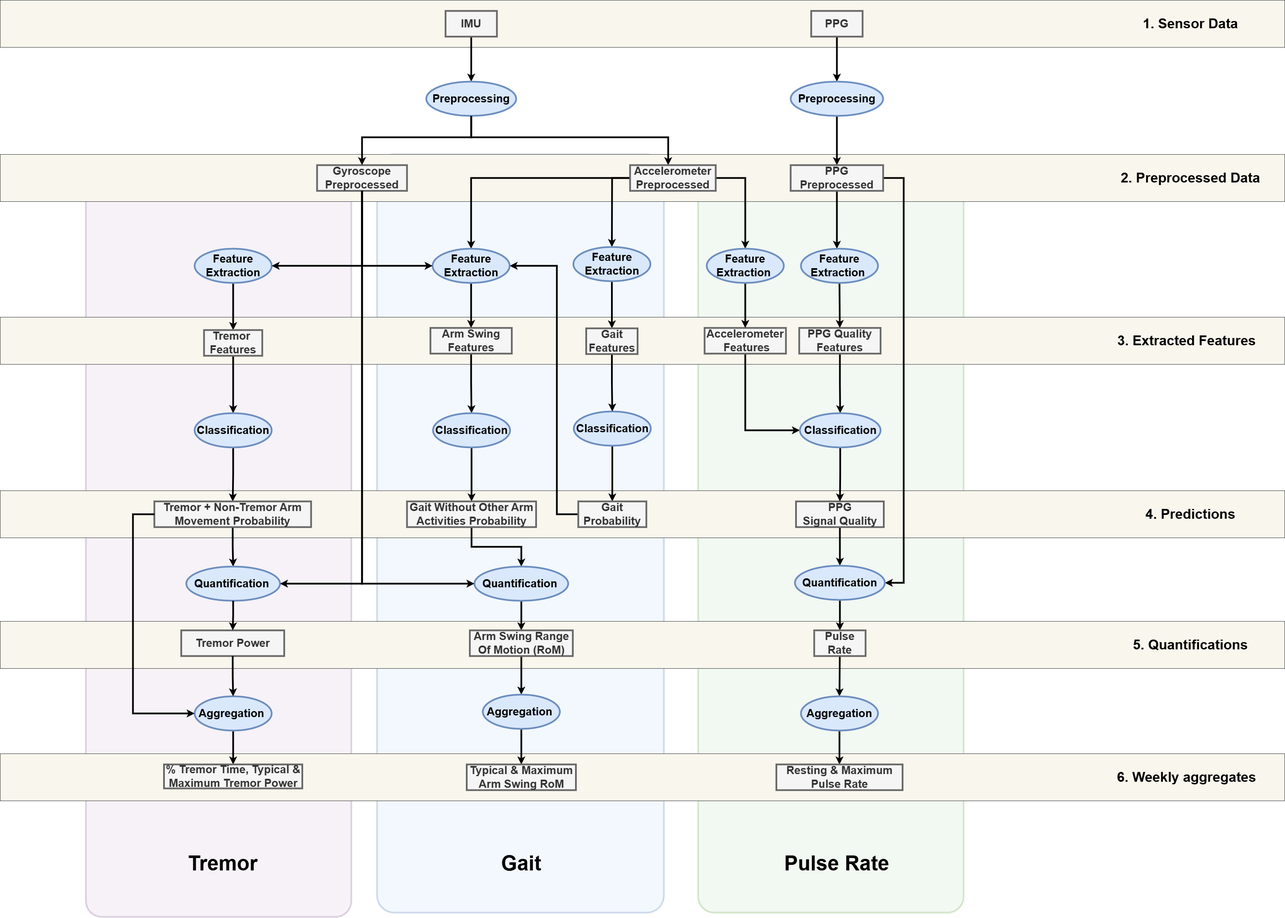
Above: docs/source/_static/img/pipeline-architecture.png in biomarkersParkinson/paradigma (draw.io), before the change. Source tidied: cells renumbered, new cells last; positions are measured from the earlier drawing's top-left corner, leaving out a move shared by most shapes.
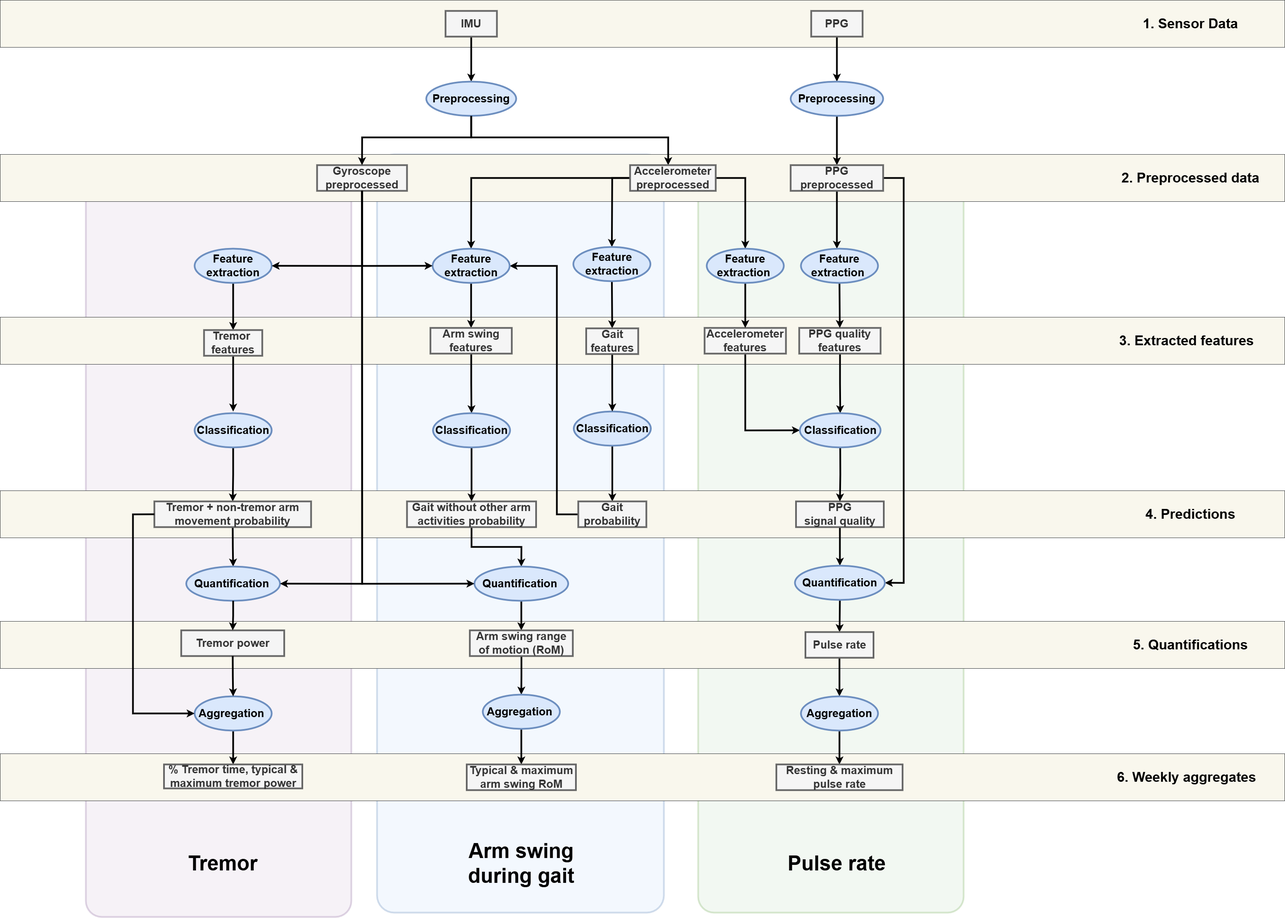
The same diagram one commit later.

Commit message:
Remove capitalization and rename gait to arm swing during gait

Change to the diagram source:
```diff
@@ -73,3 +73,3 @@
     </mxCell>
-    <mxCell id="22" value="Accelerometer&lt;br&gt;Preprocessed" style="rounded=0;whiteSpace=wrap;html=1;fontSize=26;fillColor=#f5f5f5;strokeColor=#666666;fontColor=#333333;fontStyle=1;strokeWidth=4;" parent="1" vertex="1">
+    <mxCell id="22" value="Accelerometer&lt;br&gt;preprocessed" style="rounded=0;whiteSpace=wrap;html=1;fontSize=26;fillColor=#f5f5f5;strokeColor=#666666;fontColor=#333333;fontStyle=1;strokeWidth=4;" parent="1" vertex="1">
       <mxGeometry x="1471" y="385" width="200" height="60" as="geometry" />
@@ -91,3 +91,3 @@
     </mxCell>
-    <mxCell id="25" value="PPG&lt;br&gt;Preprocessed" style="rounded=0;whiteSpace=wrap;html=1;fontSize=26;fillColor=#f5f5f5;fontColor=#333333;strokeColor=#666666;fontStyle=1;strokeWidth=4;" parent="1" vertex="1">
+    <mxCell id="25" value="PPG&lt;br&gt;preprocessed" style="rounded=0;whiteSpace=wrap;html=1;fontSize=26;fillColor=#f5f5f5;fontColor=#333333;strokeColor=#666666;fontStyle=1;strokeWidth=4;" parent="1" vertex="1">
       <mxGeometry x="1846" y="385" width="216" height="60" as="geometry" />
@@ -101,3 +101,3 @@
     </mxCell>
-    <mxCell id="27" value="PPG&lt;br&gt;Signal Quality" style="rounded=0;whiteSpace=wrap;html=1;fontSize=26;fillColor=#f5f5f5;strokeColor=#666666;fontStyle=1;strokeWidth=4;fontColor=#333333;" parent="1" vertex="1">
+    <mxCell id="27" value="PPG&lt;br&gt;signal quality" style="rounded=0;whiteSpace=wrap;html=1;fontSize=26;fillColor=#f5f5f5;strokeColor=#666666;fontStyle=1;strokeWidth=4;fontColor=#333333;" parent="1" vertex="1">
       <mxGeometry x="1858.5" y="1170" width="205" height="60" as="geometry" />
@@ -119,3 +119,3 @@
     </mxCell>
-    <mxCell id="33" value="Resting &amp;amp; Maximum Pulse Rate" style="rounded=0;whiteSpace=wrap;html=1;fontSize=26;fillColor=#f5f5f5;strokeColor=#666666;fontStyle=1;strokeWidth=4;fontColor=#333333;" parent="1" vertex="1">
+    <mxCell id="33" value="Resting &amp;amp; maximum pulse rate" style="rounded=0;whiteSpace=wrap;html=1;fontSize=26;fillColor=#f5f5f5;strokeColor=#666666;fontStyle=1;strokeWidth=4;fontColor=#333333;" parent="1" vertex="1">
       <mxGeometry x="1812.6" y="1784" width="294.8" height="60" as="geometry" />
@@ -136,3 +136,3 @@
     </mxCell>
-    <mxCell id="37" value="Gait &lt;br&gt;Probability" style="rounded=0;whiteSpace=wrap;html=1;fontSize=26;fillColor=#f5f5f5;strokeColor=#666666;fontStyle=1;strokeWidth=4;fontColor=#333333;" parent="1" vertex="1">
+    <mxCell id="37" value="Gait &lt;br&gt;probability" style="rounded=0;whiteSpace=wrap;html=1;fontSize=26;fillColor=#f5f5f5;strokeColor=#666666;fontStyle=1;strokeWidth=4;fontColor=#333333;" parent="1" vertex="1">
       <mxGeometry x="1350" y="1170" width="159" height="60" as="geometry" />
@@ -142,3 +142,3 @@
     </mxCell>
-    <mxCell id="39" value="Feature Extraction" style="ellipse;whiteSpace=wrap;html=1;fontSize=26;fontStyle=1;strokeWidth=4;fillColor=#dae8fc;strokeColor=#6c8ebf;" parent="1" vertex="1">
+    <mxCell id="39" value="Feature extraction" style="ellipse;whiteSpace=wrap;html=1;fontSize=26;fontStyle=1;strokeWidth=4;fillColor=#dae8fc;strokeColor=#6c8ebf;" parent="1" vertex="1">
       <mxGeometry x="1338.5" y="576" width="180" height="80" as="geometry" />
@@ -148,3 +148,3 @@
     </mxCell>
-    <mxCell id="41" value="PPG Quality Features" style="rounded=0;whiteSpace=wrap;html=1;fontSize=26;fillColor=#f5f5f5;strokeColor=#666666;fontColor=#333333;fontStyle=1;strokeWidth=4;" parent="1" vertex="1">
+    <mxCell id="41" value="PPG quality features" style="rounded=0;whiteSpace=wrap;html=1;fontSize=26;fillColor=#f5f5f5;strokeColor=#666666;fontColor=#333333;fontStyle=1;strokeWidth=4;" parent="1" vertex="1">
       <mxGeometry x="1866" y="765" width="190" height="60" as="geometry" />
@@ -154,3 +154,3 @@
     </mxCell>
-    <mxCell id="43" value="Feature Extraction&amp;nbsp;" style="ellipse;whiteSpace=wrap;html=1;fontSize=26;fontStyle=1;strokeWidth=4;fillColor=#dae8fc;strokeColor=#6c8ebf;" parent="1" vertex="1">
+    <mxCell id="43" value="Feature extraction&amp;nbsp;" style="ellipse;whiteSpace=wrap;html=1;fontSize=26;fontStyle=1;strokeWidth=4;fillColor=#dae8fc;strokeColor=#6c8ebf;" parent="1" vertex="1">
       <mxGeometry x="1870" y="580" width="180" height="80" as="geometry" />
@@ -164,3 +164,3 @@
     </mxCell>
-    <mxCell id="45" value="Accelerometer&lt;div&gt;&amp;nbsp;Features&lt;/div&gt;" style="rounded=0;whiteSpace=wrap;html=1;fontSize=26;fillColor=#f5f5f5;strokeColor=#666666;fontColor=#333333;fontStyle=1;strokeWidth=4;" parent="1" vertex="1">
+    <mxCell id="45" value="Accelerometer&lt;div&gt;features&lt;/div&gt;" style="rounded=0;whiteSpace=wrap;html=1;fontSize=26;fillColor=#f5f5f5;strokeColor=#666666;fontColor=#333333;fontStyle=1;strokeWidth=4;" parent="1" vertex="1">
       <mxGeometry x="1645" y="765" width="190" height="60" as="geometry" />
@@ -170,3 +170,3 @@
     </mxCell>
-    <mxCell id="47" value="Feature Extraction&amp;nbsp;" style="ellipse;whiteSpace=wrap;html=1;fontSize=26;fontStyle=1;strokeWidth=4;fillColor=#dae8fc;strokeColor=#6c8ebf;" parent="1" vertex="1">
+    <mxCell id="47" value="Feature extraction&amp;nbsp;" style="ellipse;whiteSpace=wrap;html=1;fontSize=26;fontStyle=1;strokeWidth=4;fillColor=#dae8fc;strokeColor=#6c8ebf;" parent="1" vertex="1">
       <mxGeometry x="1650" y="580" width="180" height="80" as="geometry" />
@@ -176,3 +176,3 @@
     </mxCell>
-    <mxCell id="49" value="Feature Extraction" style="ellipse;whiteSpace=wrap;html=1;fontSize=26;fontStyle=1;strokeWidth=4;fillColor=#dae8fc;strokeColor=#6c8ebf;" parent="1" vertex="1">
+    <mxCell id="49" value="Feature extraction" style="ellipse;whiteSpace=wrap;html=1;fontSize=26;fontStyle=1;strokeWidth=4;fillColor=#dae8fc;strokeColor=#6c8ebf;" parent="1" vertex="1">
       <mxGeometry x="1009.8" y="580" width="180" height="80" as="geometry" />
@@ -182,3 +182,3 @@
     </mxCell>
-    <mxCell id="51" value="Arm Swing Features" style="rounded=0;whiteSpace=wrap;html=1;fontSize=26;fillColor=#f5f5f5;strokeColor=#666666;fontStyle=1;strokeWidth=4;fontColor=#333333;" parent="1" vertex="1">
+    <mxCell id="51" value="Arm swing features" style="rounded=0;whiteSpace=wrap;html=1;fontSize=26;fillColor=#f5f5f5;strokeColor=#666666;fontStyle=1;strokeWidth=4;fontColor=#333333;" parent="1" vertex="1">
       <mxGeometry x="1004.8" y="765" width="190" height="60" as="geometry" />
@@ -194,3 +194,3 @@
     </mxCell>
-    <mxCell id="55" value="Gait Without Other Arm Activities Probability" style="rounded=0;whiteSpace=wrap;html=1;fontSize=26;fillColor=#f5f5f5;strokeColor=#666666;fontStyle=1;strokeWidth=4;fontColor=#333333;" parent="1" vertex="1">
+    <mxCell id="55" value="Gait without other arm activities probability" style="rounded=0;whiteSpace=wrap;html=1;fontSize=26;fillColor=#f5f5f5;strokeColor=#666666;fontStyle=1;strokeWidth=4;fontColor=#333333;" parent="1" vertex="1">
       <mxGeometry x="950" y="1170" width="301.5" height="60" as="geometry" />
@@ -206,3 +206,3 @@
     </mxCell>
-    <mxCell id="59" value="Arm Swing Range Of Motion (RoM)" style="rounded=0;whiteSpace=wrap;html=1;fontSize=26;fillColor=#f5f5f5;strokeColor=#666666;fontStyle=1;strokeWidth=4;fontColor=#333333;" parent="1" vertex="1">
+    <mxCell id="59" value="Arm swing range of motion (RoM)" style="rounded=0;whiteSpace=wrap;html=1;fontSize=26;fillColor=#f5f5f5;strokeColor=#666666;fontStyle=1;strokeWidth=4;fontColor=#333333;" parent="1" vertex="1">
       <mxGeometry x="1096.8" y="1471" width="240.5" height="60" as="geometry" />
@@ -215,7 +215,7 @@
     </mxCell>
-    <mxCell id="62" value="Typical &amp;amp; Maximum Arm Swing RoM" style="rounded=0;whiteSpace=wrap;html=1;fontSize=26;fillColor=#f5f5f5;strokeColor=#666666;fontStyle=1;strokeWidth=4;fontColor=#333333;" parent="1" vertex="1">
+    <mxCell id="62" value="Typical &amp;amp; maximum arm swing RoM" style="rounded=0;whiteSpace=wrap;html=1;fontSize=26;fillColor=#f5f5f5;strokeColor=#666666;fontStyle=1;strokeWidth=4;fontColor=#333333;" parent="1" vertex="1">
       <mxGeometry x="1089.5" y="1784" width="255" height="60" as="geometry" />
     </mxCell>
-    <mxCell id="63" value="Pulse Rate" style="rounded=0;whiteSpace=wrap;html=1;fontSize=26;fillColor=#f5f5f5;strokeColor=#666666;fontStyle=1;strokeWidth=4;fontColor=#333333;" parent="1" vertex="1">
-      <mxGeometry x="1901" y="1471" width="120" height="60" as="geometry" />
+    <mxCell id="63" value="Pulse rate" style="rounded=0;whiteSpace=wrap;html=1;fontSize=26;fillColor=#f5f5f5;strokeColor=#666666;fontStyle=1;strokeWidth=4;fontColor=#333333;" parent="1" vertex="1">
+      <mxGeometry x="1880.5" y="1475" width="159" height="60" as="geometry" />
     </mxCell>
@@ -227,3 +227,3 @@
     </mxCell>
-    <mxCell id="66" value="Gyroscope&lt;br&gt;Preprocessed" style="rounded=0;whiteSpace=wrap;html=1;fontSize=26;fillColor=#f5f5f5;strokeColor=#666666;fontColor=#333333;fontStyle=1;strokeWidth=4;" parent="1" vertex="1">
+    <mxCell id="66" value="Gyroscope&lt;br&gt;preprocessed" style="rounded=0;whiteSpace=wrap;html=1;fontSize=26;fillColor=#f5f5f5;strokeColor=#666666;fontColor=#333333;fontStyle=1;strokeWidth=4;" parent="1" vertex="1">
       <mxGeometry x="740" y="385" width="210" height="60" as="geometry" />
@@ -233,3 +233,3 @@
     </mxCell>
-    <mxCell id="68" value="Feature Extraction" style="ellipse;whiteSpace=wrap;html=1;fontSize=26;fontStyle=1;strokeWidth=4;fillColor=#dae8fc;strokeColor=#6c8ebf;" parent="1" vertex="1">
+    <mxCell id="68" value="Feature extraction" style="ellipse;whiteSpace=wrap;html=1;fontSize=26;fontStyle=1;strokeWidth=4;fillColor=#dae8fc;strokeColor=#6c8ebf;" parent="1" vertex="1">
       <mxGeometry x="454" y="580" width="180" height="80" as="geometry" />
@@ -247,3 +247,3 @@
     </mxCell>
-    <mxCell id="71" value="Tremor&amp;nbsp;&lt;div&gt;Features&lt;/div&gt;" style="rounded=0;whiteSpace=wrap;html=1;fontSize=26;fillColor=#f5f5f5;strokeColor=#666666;fontStyle=1;strokeWidth=4;fontColor=#333333;" parent="1" vertex="1">
+    <mxCell id="71" value="Tremor&amp;nbsp;&lt;div&gt;features&lt;/div&gt;" style="rounded=0;whiteSpace=wrap;html=1;fontSize=26;fillColor=#f5f5f5;strokeColor=#666666;fontStyle=1;strokeWidth=4;fontColor=#333333;" parent="1" vertex="1">
       <mxGeometry x="476" y="770" width="136" height="60" as="geometry" />
@@ -253,4 +253,4 @@
     </mxCell>
-    <mxCell id="73" value="Gait &lt;br&gt;Features" style="rounded=0;whiteSpace=wrap;html=1;fontSize=26;fillColor=#f5f5f5;strokeColor=#666666;fontStyle=1;strokeWidth=4;fontColor=#333333;" parent="1" vertex="1">
-      <mxGeometry x="1368.5" y="766" width="120" height="60" as="geometry" />
+    <mxCell id="73" value="Gait &lt;br&gt;features" style="rounded=0;whiteSpace=wrap;html=1;fontSize=26;fillColor=#f5f5f5;strokeColor=#666666;fontStyle=1;strokeWidth=4;fontColor=#333333;" parent="1" vertex="1">
+      <mxGeometry x="1368.5" y="766" width="121.5" height="60" as="geometry" />
     </mxCell>
@@ -265,3 +265,3 @@
     </mxCell>
-    <mxCell id="77" value="Tremor + Non-Tremor Arm Movement Probability" style="rounded=0;whiteSpace=wrap;html=1;fontSize=26;fillColor=#f5f5f5;strokeColor=#666666;fontStyle=1;strokeWidth=4;fontColor=#333333;" parent="1" vertex="1">
+    <mxCell id="77" value="Tremor + non-tremor arm movement probability" style="rounded=0;whiteSpace=wrap;html=1;fontSize=26;fillColor=#f5f5f5;strokeColor=#666666;fontStyle=1;strokeWidth=4;fontColor=#333333;" parent="1" vertex="1">
       <mxGeometry x="360" y="1170" width="366" height="60" as="geometry" />
@@ -274,3 +274,3 @@
     </mxCell>
-    <mxCell id="80" value="% Tremor Time, Typical &amp;amp; Maximum Tremor Power" style="rounded=0;whiteSpace=wrap;html=1;fontSize=26;fillColor=#f5f5f5;strokeColor=#666666;fontStyle=1;strokeWidth=4;fontColor=#333333;" parent="1" vertex="1">
+    <mxCell id="80" value="% Tremor time, typical &amp;amp; maximum tremor power" style="rounded=0;whiteSpace=wrap;html=1;fontSize=26;fillColor=#f5f5f5;strokeColor=#666666;fontStyle=1;strokeWidth=4;fontColor=#333333;" parent="1" vertex="1">
       <mxGeometry x="382.5" y="1784" width="323" height="56" as="geometry" />
@@ -280,6 +280,6 @@
     </mxCell>
-    <mxCell id="82" value="&lt;font style=&quot;font-size: 48px;&quot;&gt;&lt;span&gt;Gait&lt;/span&gt;&lt;/font&gt;" style="text;html=1;strokeColor=none;fillColor=none;align=center;verticalAlign=middle;whiteSpace=wrap;rounded=0;fontStyle=1;strokeWidth=4;" parent="1" vertex="1">
+    <mxCell id="82" value="&lt;font style=&quot;font-size: 48px;&quot;&gt;&lt;span&gt;Arm swing during gait&lt;/span&gt;&lt;/font&gt;" style="text;html=1;strokeColor=none;fillColor=none;align=center;verticalAlign=middle;whiteSpace=wrap;rounded=0;fontStyle=1;strokeWidth=4;" parent="1" vertex="1">
       <mxGeometry x="1087" y="1970" width="260" height="90" as="geometry" />
     </mxCell>
-    <mxCell id="83" value="&lt;font style=&quot;font-size: 48px;&quot;&gt;&lt;span&gt;Pulse Rate&lt;/span&gt;&lt;/font&gt;" style="text;html=1;strokeColor=none;fillColor=none;align=center;verticalAlign=middle;whiteSpace=wrap;rounded=0;fontStyle=1;strokeWidth=4;" parent="1" vertex="1">
+    <mxCell id="83" value="&lt;font style=&quot;font-size: 48px;&quot;&gt;&lt;span&gt;Pulse rate&lt;/span&gt;&lt;/font&gt;" style="text;html=1;strokeColor=none;fillColor=none;align=center;verticalAlign=middle;whiteSpace=wrap;rounded=0;fontStyle=1;strokeWidth=4;" parent="1" vertex="1">
       <mxGeometry x="1699" y="1970" width="510" height="90" as="geometry" />
@@ -289,6 +289,6 @@
     </mxCell>
-    <mxCell id="85" value="&lt;span style=&quot;font-size: 32px;&quot;&gt;&lt;span style=&quot;font-size: 32px;&quot;&gt;2. Preprocessed Data&lt;br style=&quot;font-size: 32px;&quot;&gt;&lt;/span&gt;&lt;/span&gt;" style="text;html=1;strokeColor=none;fillColor=none;align=center;verticalAlign=middle;whiteSpace=wrap;rounded=0;fontSize=32;fontStyle=1;strokeWidth=4;" parent="1" vertex="1">
+    <mxCell id="85" value="&lt;span style=&quot;font-size: 32px;&quot;&gt;&lt;span style=&quot;font-size: 32px;&quot;&gt;2. Preprocessed data&lt;br style=&quot;font-size: 32px;&quot;&gt;&lt;/span&gt;&lt;/span&gt;" style="text;html=1;strokeColor=none;fillColor=none;align=center;verticalAlign=middle;whiteSpace=wrap;rounded=0;fontSize=32;fontStyle=1;strokeWidth=4;" parent="1" vertex="1">
       <mxGeometry x="2600" y="370" width="360" height="90" as="geometry" />
     </mxCell>
-    <mxCell id="86" value="&lt;span style=&quot;font-size: 32px;&quot;&gt;&lt;span style=&quot;font-size: 32px;&quot;&gt;3. Extracted Features&lt;br style=&quot;font-size: 32px;&quot;&gt;&lt;/span&gt;&lt;/span&gt;" style="text;html=1;strokeColor=none;fillColor=none;align=center;verticalAlign=middle;whiteSpace=wrap;rounded=0;fontSize=32;fontStyle=1;strokeWidth=4;" parent="1" vertex="1">
+    <mxCell id="86" value="&lt;span style=&quot;font-size: 32px;&quot;&gt;&lt;span style=&quot;font-size: 32px;&quot;&gt;3. Extracted features&lt;br style=&quot;font-size: 32px;&quot;&gt;&lt;/span&gt;&lt;/span&gt;" style="text;html=1;strokeColor=none;fillColor=none;align=center;verticalAlign=middle;whiteSpace=wrap;rounded=0;fontSize=32;fontStyle=1;strokeWidth=4;" parent="1" vertex="1">
       <mxGeometry x="2591" y="750" width="360" height="90" as="geometry" />
@@ -310,3 +310,3 @@
     </mxCell>
-    <mxCell id="92" value="Tremor Power" style="rounded=0;whiteSpace=wrap;html=1;fontSize=26;fillColor=#f5f5f5;strokeColor=#666666;fontStyle=1;strokeWidth=4;fontColor=#333333;" parent="1" vertex="1">
+    <mxCell id="92" value="Tremor power" style="rounded=0;whiteSpace=wrap;html=1;fontSize=26;fillColor=#f5f5f5;strokeColor=#666666;fontStyle=1;strokeWidth=4;fontColor=#333333;" parent="1" vertex="1">
       <mxGeometry x="422.8" y="1471" width="240.5" height="60" as="geometry" />
```
